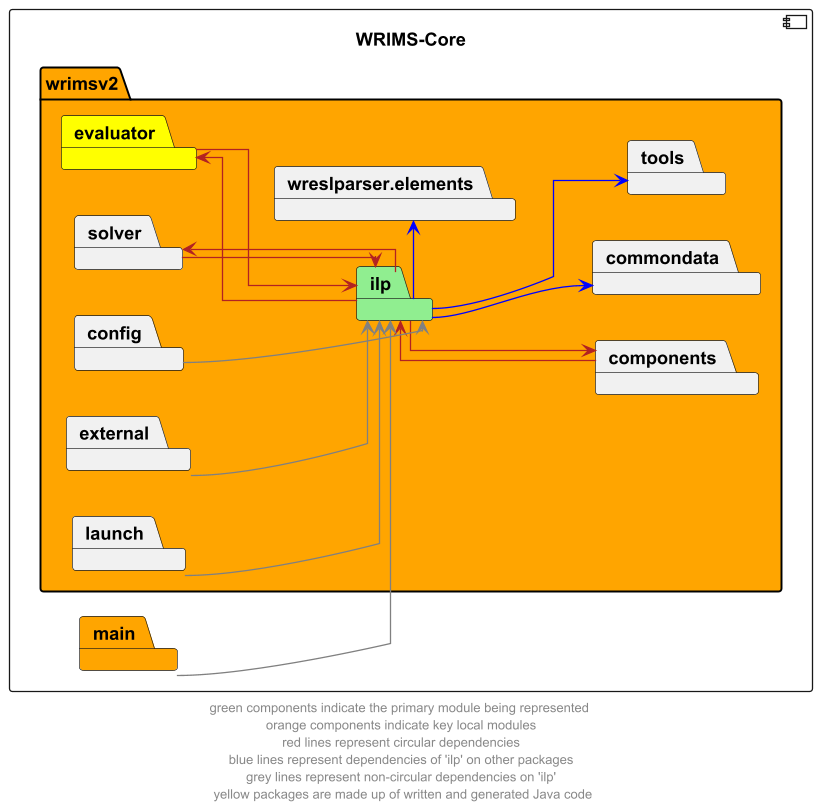
The PlantUML diagram docs/diagrams/wrims-core/wrims-core_ilp.png in CentralValleyModeling/wrims, before a commit.
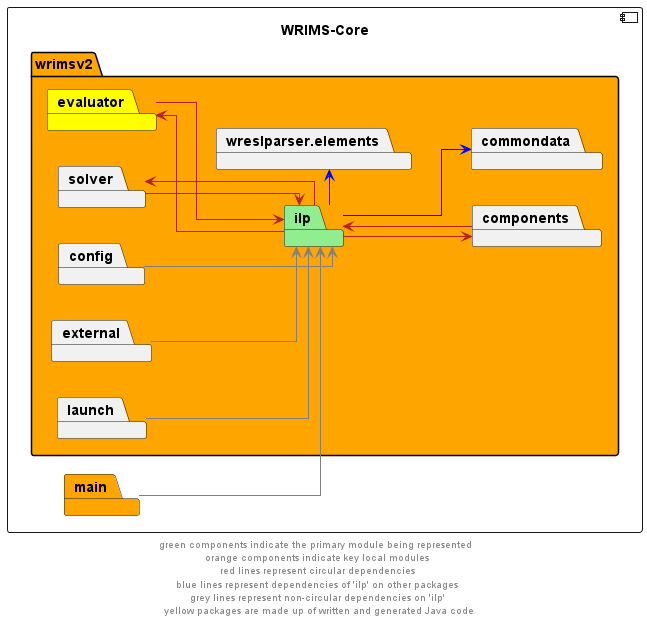
The same diagram one commit later.

What changed in the source:
```diff
@@ -9,7 +9,6 @@
         package components
         package evaluator #yellow
         package solver
-        package tools
         package wreslparser.elements
 
         package config
@@ -27,7 +26,6 @@
 solver -->  ilp #firebrick
 
 ilp -->  commondata #blue
-ilp -->  tools #blue
 ilp -r->  wreslparser.elements #blue
 
 config --> ilp #grey
```
